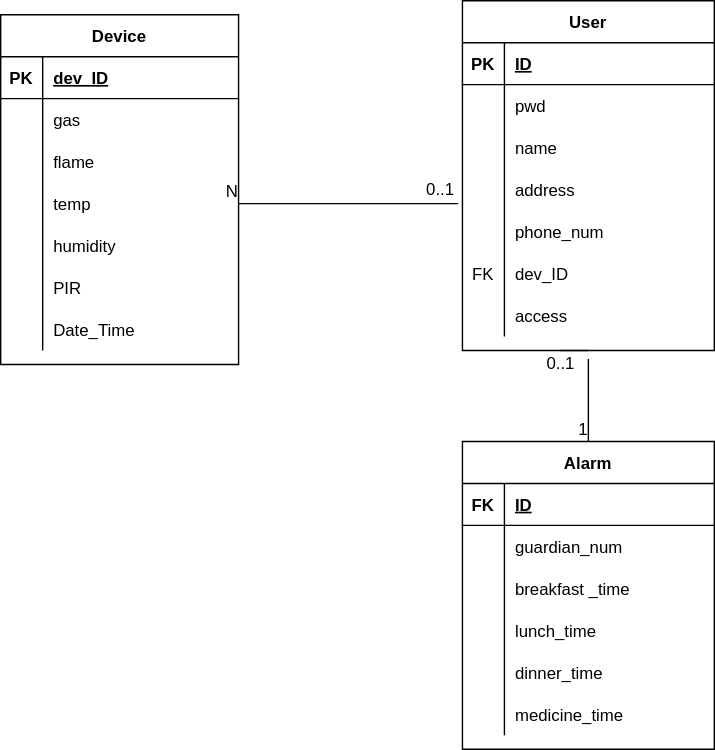
Earlier version of the draw.io export Monitoring system Diagram.drawio.svg (obob1313/draw.io). Source tidied: cells renumbered, new cells last; positions are measured from the earlier drawing's top-left corner, leaving out a move shared by most shapes.
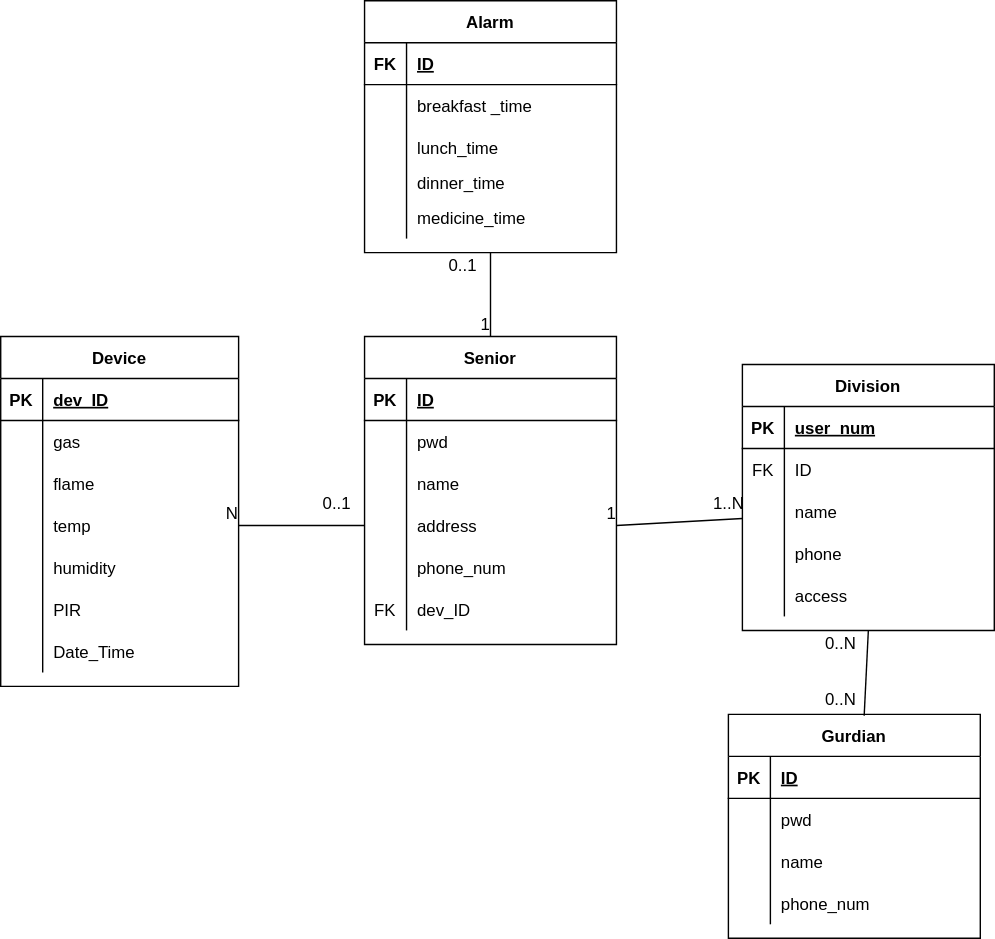
The same diagram one commit later.

Change to the diagram source:
```diff
@@ -3,7 +3,7 @@
     <mxCell id="0" />
     <mxCell id="1" parent="0" />
     <mxCell id="2" value="Device" style="shape=table;startSize=30;rowLines=0;fontStyle=1;align=center;" parent="1" vertex="1">
-      <mxGeometry y="10" width="170" height="250" as="geometry" />
+      <mxGeometry x="-70" y="165" width="170" height="250" as="geometry" />
     </mxCell>
     <mxCell id="3" style="shape=tableRow;horizontal=0;startSize=0;swimlaneHead=0;swimlaneBody=0;fillColor=none;top=0;left=0;right=0;bottom=1;" parent="2" vertex="1">
       <mxGeometry y="30" width="170" height="30" as="geometry" />
@@ -68,8 +68,8 @@
     <mxCell id="23" value="Date_Time" style="shape=partialRectangle;fillColor=none;top=0;left=0;bottom=0;right=0;align=left;spacingLeft=6;overflow=hidden;" parent="21" vertex="1">
       <mxGeometry x="30" width="140" height="30" as="geometry" />
     </mxCell>
-    <mxCell id="24" value="User" style="shape=table;startSize=30;rowLines=0;fontStyle=1;align=center;" parent="1" vertex="1">
-      <mxGeometry x="330" width="180" height="250" as="geometry" />
+    <mxCell id="24" value="Senior" style="shape=table;startSize=30;rowLines=0;fontStyle=1;align=center;" parent="1" vertex="1">
+      <mxGeometry x="190" y="165" width="180" height="220" as="geometry" />
     </mxCell>
     <mxCell id="25" style="shape=tableRow;horizontal=0;startSize=0;swimlaneHead=0;swimlaneBody=0;fillColor=none;top=0;left=0;right=0;bottom=1;" parent="24" vertex="1">
       <mxGeometry y="30" width="180" height="30" as="geometry" />
@@ -125,17 +125,8 @@
     <mxCell id="42" value="dev_ID" style="shape=partialRectangle;fillColor=none;top=0;left=0;bottom=0;right=0;align=left;spacingLeft=6;overflow=hidden;" parent="40" vertex="1">
       <mxGeometry x="30" width="150" height="30" as="geometry" />
     </mxCell>
-    <mxCell id="43" style="shape=tableRow;horizontal=0;startSize=0;swimlaneHead=0;swimlaneBody=0;fillColor=none;top=0;left=0;right=0;bottom=0;" parent="24" vertex="1">
-      <mxGeometry y="210" width="180" height="30" as="geometry" />
-    </mxCell>
-    <mxCell id="44" style="shape=partialRectangle;fillColor=none;top=0;left=0;bottom=0;right=0;overflow=hidden;" parent="43" vertex="1">
-      <mxGeometry width="30" height="30" as="geometry" />
-    </mxCell>
-    <mxCell id="45" value="access" style="shape=partialRectangle;fillColor=none;top=0;left=0;bottom=0;right=0;align=left;spacingLeft=6;overflow=hidden;" parent="43" vertex="1">
-      <mxGeometry x="30" width="150" height="30" as="geometry" />
-    </mxCell>
     <mxCell id="46" value="Alarm" style="shape=table;startSize=30;rowLines=0;fontStyle=1;align=center;" parent="1" vertex="1">
-      <mxGeometry x="330" y="315" width="180" height="220" as="geometry" />
+      <mxGeometry x="190" y="-75" width="180" height="180" as="geometry" />
     </mxCell>
     <mxCell id="47" style="shape=tableRow;horizontal=0;startSize=0;swimlaneHead=0;swimlaneBody=0;fillColor=none;top=0;left=0;right=0;bottom=1;" parent="46" vertex="1">
       <mxGeometry y="30" width="180" height="30" as="geometry" />
@@ -146,17 +137,8 @@
     <mxCell id="49" value="ID" style="shape=partialRectangle;fillColor=none;top=0;left=0;bottom=0;right=0;align=left;spacingLeft=6;fontStyle=5;overflow=hidden;" parent="47" vertex="1">
       <mxGeometry x="30" width="150" height="30" as="geometry" />
     </mxCell>
-    <mxCell id="50" style="shape=tableRow;horizontal=0;startSize=0;swimlaneHead=0;swimlaneBody=0;fillColor=none;top=0;left=0;right=0;bottom=0;" parent="46" vertex="1">
-      <mxGeometry y="60" width="180" height="30" as="geometry" />
-    </mxCell>
-    <mxCell id="51" style="shape=partialRectangle;fillColor=none;top=0;left=0;bottom=0;right=0;overflow=hidden;" parent="50" vertex="1">
-      <mxGeometry width="30" height="30" as="geometry" />
-    </mxCell>
-    <mxCell id="52" value="guardian_num" style="shape=partialRectangle;fillColor=none;top=0;left=0;bottom=0;right=0;align=left;spacingLeft=6;overflow=hidden;" parent="50" vertex="1">
-      <mxGeometry x="30" width="150" height="30" as="geometry" />
-    </mxCell>
     <mxCell id="53" style="shape=tableRow;horizontal=0;startSize=0;swimlaneHead=0;swimlaneBody=0;fillColor=none;top=0;left=0;right=0;bottom=0;" parent="46" vertex="1">
-      <mxGeometry y="90" width="180" height="30" as="geometry" />
+      <mxGeometry y="60" width="180" height="30" as="geometry" />
     </mxCell>
     <mxCell id="54" style="shape=partialRectangle;fillColor=none;top=0;left=0;bottom=0;right=0;overflow=hidden;" parent="53" vertex="1">
       <mxGeometry width="30" height="30" as="geometry" />
@@ -165,7 +147,7 @@
       <mxGeometry x="30" width="150" height="30" as="geometry" />
     </mxCell>
     <mxCell id="56" style="shape=tableRow;horizontal=0;startSize=0;swimlaneHead=0;swimlaneBody=0;fillColor=none;top=0;left=0;right=0;bottom=0;" parent="46" vertex="1">
-      <mxGeometry y="120" width="180" height="30" as="geometry" />
+      <mxGeometry y="90" width="180" height="30" as="geometry" />
     </mxCell>
     <mxCell id="57" style="shape=partialRectangle;fillColor=none;top=0;left=0;bottom=0;right=0;overflow=hidden;" parent="56" vertex="1">
       <mxGeometry width="30" height="30" as="geometry" />
@@ -174,16 +156,16 @@
       <mxGeometry x="30" width="150" height="30" as="geometry" />
     </mxCell>
     <mxCell id="59" style="shape=tableRow;horizontal=0;startSize=0;swimlaneHead=0;swimlaneBody=0;fillColor=none;top=0;left=0;right=0;bottom=0;" parent="46" vertex="1">
-      <mxGeometry y="150" width="180" height="30" as="geometry" />
+      <mxGeometry y="120" width="180" height="20" as="geometry" />
     </mxCell>
     <mxCell id="60" style="shape=partialRectangle;fillColor=none;top=0;left=0;bottom=0;right=0;overflow=hidden;" parent="59" vertex="1">
-      <mxGeometry width="30" height="30" as="geometry" />
+      <mxGeometry width="30" height="20" as="geometry" />
     </mxCell>
     <mxCell id="61" value="dinner_time" style="shape=partialRectangle;fillColor=none;top=0;left=0;bottom=0;right=0;align=left;spacingLeft=6;overflow=hidden;" parent="59" vertex="1">
-      <mxGeometry x="30" width="150" height="30" as="geometry" />
+      <mxGeometry x="30" width="150" height="20" as="geometry" />
     </mxCell>
     <mxCell id="62" style="shape=tableRow;horizontal=0;startSize=0;swimlaneHead=0;swimlaneBody=0;fillColor=none;top=0;left=0;right=0;bottom=0;" parent="46" vertex="1">
-      <mxGeometry y="180" width="180" height="30" as="geometry" />
+      <mxGeometry y="140" width="180" height="30" as="geometry" />
     </mxCell>
     <mxCell id="63" style="shape=partialRectangle;fillColor=none;top=0;left=0;bottom=0;right=0;overflow=hidden;" parent="62" vertex="1">
       <mxGeometry width="30" height="30" as="geometry" />
@@ -191,26 +173,128 @@
     <mxCell id="64" value="medicine_time" style="shape=partialRectangle;fillColor=none;top=0;left=0;bottom=0;right=0;align=left;spacingLeft=6;overflow=hidden;" parent="62" vertex="1">
       <mxGeometry x="30" width="150" height="30" as="geometry" />
     </mxCell>
-    <mxCell id="65" style="endArrow=none;html=1;rounded=0;exitX=-0.017;exitY=-0.167;exitDx=0;exitDy=0;exitPerimeter=0;entryX=1;entryY=0.5;entryDx=0;entryDy=0;" parent="1" edge="1" source="37" target="12">
+    <mxCell id="65" style="endArrow=none;html=1;rounded=0;entryX=1;entryY=0.5;entryDx=0;entryDy=0;exitX=0;exitY=0.5;exitDx=0;exitDy=0;" parent="1" edge="1" source="34" target="12">
       <mxGeometry relative="1" as="geometry" />
     </mxCell>
     <mxCell id="66" value="N" style="html=1;align=right;verticalAlign=bottom;" parent="65" vertex="1">
       <mxGeometry x="1" relative="1" as="geometry" />
     </mxCell>
     <mxCell id="67" value="0..1" style="text;html=1;align=center;verticalAlign=middle;strokeColor=none;fillColor=none;" parent="1" vertex="1">
-      <mxGeometry x="294" y="125" width="40" height="20" as="geometry" />
+      <mxGeometry x="150" y="275" width="40" height="20" as="geometry" />
     </mxCell>
-    <mxCell id="68" style="endArrow=none;html=1;rounded=0;exitX=1;exitY=0.3;exitDx=0;exitDy=0;entryX=0.5;entryY=0;entryDx=0;entryDy=0;startArrow=none;exitPerimeter=0;" parent="1" edge="1" source="70" target="46">
+    <mxCell id="68" style="endArrow=none;html=1;rounded=0;startArrow=none;entryX=0.5;entryY=0;entryDx=0;entryDy=0;exitX=0.5;exitY=1;exitDx=0;exitDy=0;" parent="1" edge="1" source="46" target="24">
       <mxGeometry relative="1" as="geometry" />
     </mxCell>
     <mxCell id="69" value="1" style="html=1;align=right;verticalAlign=bottom;" parent="68" vertex="1">
       <mxGeometry x="1" relative="1" as="geometry" />
     </mxCell>
     <mxCell id="70" value="0..1" style="text;html=1;align=center;verticalAlign=middle;points=[];strokeColor=none;fillColor=none;" parent="1" vertex="1">
-      <mxGeometry x="380" y="250" width="40" height="20" as="geometry" />
+      <mxGeometry x="240" y="105" width="40" height="20" as="geometry" />
     </mxCell>
-    <mxCell id="71" style="endArrow=none;html=1;rounded=0;exitX=0.5;exitY=1;exitDx=0;exitDy=0;entryX=0.5;entryY=0;entryDx=0;entryDy=0;" parent="1" edge="1" source="24" target="70">
-      <mxGeometry relative="1" as="geometry" />
-    </mxCell>
+    <mxCell id="72" value="Gurdian" style="shape=table;startSize=30;rowLines=0;fontStyle=1;align=center;" parent="1" vertex="1">
+      <mxGeometry x="450" y="435" width="180" height="160" as="geometry" />
+    </mxCell>
+    <mxCell id="73" style="shape=tableRow;horizontal=0;startSize=0;swimlaneHead=0;swimlaneBody=0;fillColor=none;top=0;left=0;right=0;bottom=1;" parent="72" vertex="1">
+      <mxGeometry y="30" width="180" height="30" as="geometry" />
+    </mxCell>
+    <mxCell id="74" value="PK" style="shape=partialRectangle;fillColor=none;top=0;left=0;bottom=0;right=0;fontStyle=1;overflow=hidden;" parent="73" vertex="1">
+      <mxGeometry width="30" height="30" as="geometry" />
+    </mxCell>
+    <mxCell id="75" value="ID" style="shape=partialRectangle;fillColor=none;top=0;left=0;bottom=0;right=0;align=left;spacingLeft=6;fontStyle=5;overflow=hidden;" parent="73" vertex="1">
+      <mxGeometry x="30" width="150" height="30" as="geometry" />
+    </mxCell>
+    <mxCell id="76" style="shape=tableRow;horizontal=0;startSize=0;swimlaneHead=0;swimlaneBody=0;fillColor=none;top=0;left=0;right=0;bottom=0;" parent="72" vertex="1">
+      <mxGeometry y="60" width="180" height="30" as="geometry" />
+    </mxCell>
+    <mxCell id="77" style="shape=partialRectangle;fillColor=none;top=0;left=0;bottom=0;right=0;overflow=hidden;" parent="76" vertex="1">
+      <mxGeometry width="30" height="30" as="geometry" />
+    </mxCell>
+    <mxCell id="78" value="pwd" style="shape=partialRectangle;fillColor=none;top=0;left=0;bottom=0;right=0;align=left;spacingLeft=6;overflow=hidden;" parent="76" vertex="1">
+      <mxGeometry x="30" width="150" height="30" as="geometry" />
+    </mxCell>
+    <mxCell id="79" style="shape=tableRow;horizontal=0;startSize=0;swimlaneHead=0;swimlaneBody=0;fillColor=none;top=0;left=0;right=0;bottom=0;" parent="72" vertex="1">
+      <mxGeometry y="90" width="180" height="30" as="geometry" />
+    </mxCell>
+    <mxCell id="80" style="shape=partialRectangle;fillColor=none;top=0;left=0;bottom=0;right=0;overflow=hidden;" parent="79" vertex="1">
+      <mxGeometry width="30" height="30" as="geometry" />
+    </mxCell>
+    <mxCell id="81" value="name" style="shape=partialRectangle;fillColor=none;top=0;left=0;bottom=0;right=0;align=left;spacingLeft=6;overflow=hidden;" parent="79" vertex="1">
+      <mxGeometry x="30" width="150" height="30" as="geometry" />
+    </mxCell>
+    <mxCell id="82" style="shape=tableRow;horizontal=0;startSize=0;swimlaneHead=0;swimlaneBody=0;fillColor=none;top=0;left=0;right=0;bottom=0;" parent="72" vertex="1">
+      <mxGeometry y="120" width="180" height="30" as="geometry" />
+    </mxCell>
+    <mxCell id="83" style="shape=partialRectangle;fillColor=none;top=0;left=0;bottom=0;right=0;overflow=hidden;" parent="82" vertex="1">
+      <mxGeometry width="30" height="30" as="geometry" />
+    </mxCell>
+    <mxCell id="84" value="phone_num" style="shape=partialRectangle;fillColor=none;top=0;left=0;bottom=0;right=0;align=left;spacingLeft=6;overflow=hidden;" parent="82" vertex="1">
+      <mxGeometry x="30" width="150" height="30" as="geometry" />
+    </mxCell>
+    <mxCell id="85" style="endArrow=none;html=1;rounded=0;startArrow=none;entryX=1;entryY=0.5;entryDx=0;entryDy=0;exitX=0;exitY=0.667;exitDx=0;exitDy=0;exitPerimeter=0;" parent="1" edge="1" source="95" target="34">
+      <mxGeometry relative="1" as="geometry" />
+    </mxCell>
+    <mxCell id="86" value="1" style="html=1;align=right;verticalAlign=bottom;" parent="85" vertex="1">
+      <mxGeometry x="1" relative="1" as="geometry" />
+    </mxCell>
+    <mxCell id="87" value="0..N" style="text;html=1;align=center;verticalAlign=middle;strokeColor=none;fillColor=none;" parent="1" vertex="1">
+      <mxGeometry x="510" y="415" width="40" height="20" as="geometry" />
+    </mxCell>
+    <mxCell id="88" value="Division" style="shape=table;startSize=30;rowLines=0;fontStyle=1;align=center;" parent="1" vertex="1">
+      <mxGeometry x="460" y="185" width="180" height="190" as="geometry" />
+    </mxCell>
+    <mxCell id="89" style="shape=tableRow;horizontal=0;startSize=0;swimlaneHead=0;swimlaneBody=0;fillColor=none;top=0;left=0;right=0;bottom=1;" parent="88" vertex="1">
+      <mxGeometry y="30" width="180" height="30" as="geometry" />
+    </mxCell>
+    <mxCell id="90" value="PK" style="shape=partialRectangle;fillColor=none;top=0;left=0;bottom=0;right=0;fontStyle=1;overflow=hidden;" parent="89" vertex="1">
+      <mxGeometry width="30" height="30" as="geometry" />
+    </mxCell>
+    <mxCell id="91" value="user_num" style="shape=partialRectangle;fillColor=none;top=0;left=0;bottom=0;right=0;align=left;spacingLeft=6;fontStyle=5;overflow=hidden;" parent="89" vertex="1">
+      <mxGeometry x="30" width="150" height="30" as="geometry" />
+    </mxCell>
+    <mxCell id="92" style="shape=tableRow;horizontal=0;startSize=0;swimlaneHead=0;swimlaneBody=0;fillColor=none;top=0;left=0;right=0;bottom=0;" parent="88" vertex="1">
+      <mxGeometry y="60" width="180" height="30" as="geometry" />
+    </mxCell>
+    <mxCell id="93" value="FK" style="shape=partialRectangle;fillColor=none;top=0;left=0;bottom=0;right=0;overflow=hidden;" parent="92" vertex="1">
+      <mxGeometry width="30" height="30" as="geometry" />
+    </mxCell>
+    <mxCell id="94" value="ID" style="shape=partialRectangle;fillColor=none;top=0;left=0;bottom=0;right=0;align=left;spacingLeft=6;overflow=hidden;" parent="92" vertex="1">
+      <mxGeometry x="30" width="150" height="30" as="geometry" />
+    </mxCell>
+    <mxCell id="95" style="shape=tableRow;horizontal=0;startSize=0;swimlaneHead=0;swimlaneBody=0;fillColor=none;points=[[0,0.5],[1,0.5]];portConstraint=eastwest;top=0;left=0;right=0;bottom=0;" parent="88" vertex="1">
+      <mxGeometry y="90" width="180" height="30" as="geometry" />
+    </mxCell>
+    <mxCell id="96" style="shape=partialRectangle;fillColor=none;top=0;left=0;bottom=0;right=0;overflow=hidden;" parent="95" vertex="1">
+      <mxGeometry width="30" height="30" as="geometry" />
+    </mxCell>
+    <mxCell id="97" value="name" style="shape=partialRectangle;fillColor=none;top=0;left=0;bottom=0;right=0;align=left;spacingLeft=6;overflow=hidden;" parent="95" vertex="1">
+      <mxGeometry x="30" width="150" height="30" as="geometry" />
+    </mxCell>
+    <mxCell id="98" style="shape=tableRow;horizontal=0;startSize=0;swimlaneHead=0;swimlaneBody=0;fillColor=none;top=0;left=0;right=0;bottom=0;" parent="88" vertex="1">
+      <mxGeometry y="120" width="180" height="30" as="geometry" />
+    </mxCell>
+    <mxCell id="99" style="shape=partialRectangle;fillColor=none;top=0;left=0;bottom=0;right=0;overflow=hidden;" parent="98" vertex="1">
+      <mxGeometry width="30" height="30" as="geometry" />
+    </mxCell>
+    <mxCell id="100" value="phone" style="shape=partialRectangle;fillColor=none;top=0;left=0;bottom=0;right=0;align=left;spacingLeft=6;overflow=hidden;" parent="98" vertex="1">
+      <mxGeometry x="30" width="150" height="30" as="geometry" />
+    </mxCell>
+    <mxCell id="101" style="shape=tableRow;horizontal=0;startSize=0;swimlaneHead=0;swimlaneBody=0;fillColor=none;top=0;left=0;right=0;bottom=0;" parent="88" vertex="1">
+      <mxGeometry y="150" width="180" height="30" as="geometry" />
+    </mxCell>
+    <mxCell id="102" style="shape=partialRectangle;fillColor=none;top=0;left=0;bottom=0;right=0;overflow=hidden;" parent="101" vertex="1">
+      <mxGeometry width="30" height="30" as="geometry" />
+    </mxCell>
+    <mxCell id="45" value="access" style="shape=partialRectangle;fillColor=none;top=0;left=0;bottom=0;right=0;align=left;spacingLeft=6;overflow=hidden;" parent="101" vertex="1">
+      <mxGeometry x="30" width="150" height="30" as="geometry" />
+    </mxCell>
+    <mxCell id="103" value="1..N" style="text;html=1;align=center;verticalAlign=middle;strokeColor=none;fillColor=none;" parent="1" vertex="1">
+      <mxGeometry x="430" y="275" width="40" height="20" as="geometry" />
+    </mxCell>
+    <mxCell id="104" style="endArrow=none;html=1;rounded=0;exitX=0.539;exitY=0.006;exitDx=0;exitDy=0;exitPerimeter=0;entryX=0.5;entryY=1;entryDx=0;entryDy=0;" parent="1" edge="1" source="72" target="88">
+      <mxGeometry relative="1" as="geometry" />
+    </mxCell>
+    <mxCell id="105" value="0..N" style="text;html=1;align=center;verticalAlign=middle;strokeColor=none;fillColor=none;" parent="1" vertex="1">
+      <mxGeometry x="510" y="375" width="40" height="20" as="geometry" />
+    </mxCell>
   </root>
 </mxGraphModel>
```
